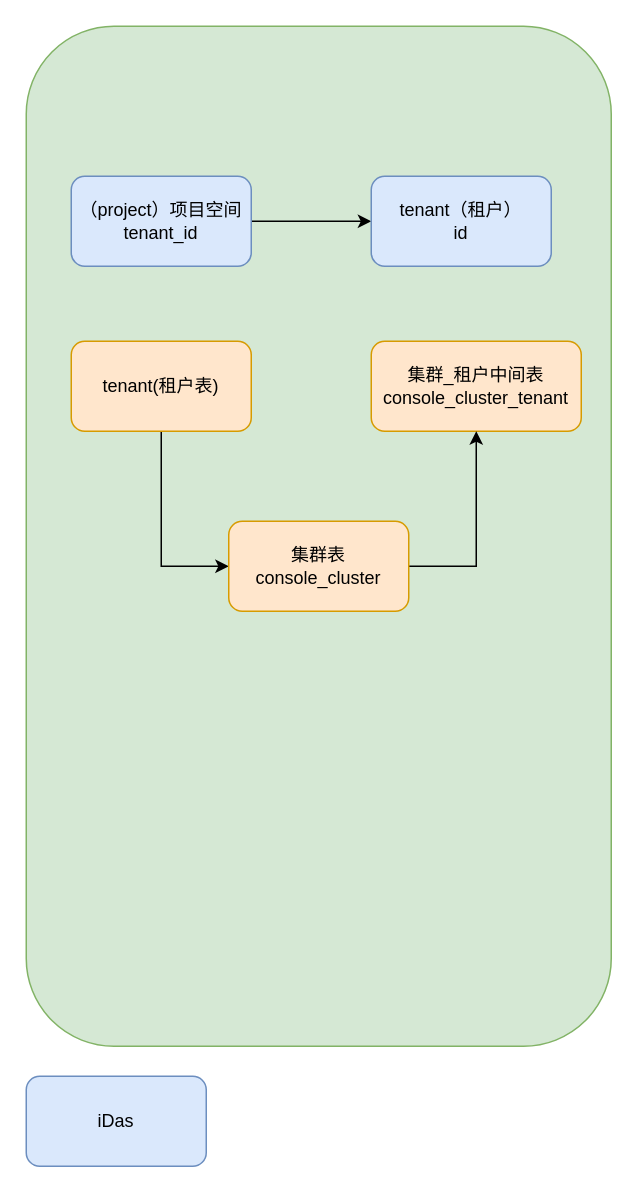
The draw.io diagram 9zdata/iDas/iDas_Taier_DS之间的表映射关系.drawio in kushinae/diagrams, before the edit. Source tidied: cells renumbered, new cells numbered last; positions are measured from the earlier drawing's top-left corner, leaving out a move shared by most shapes. Both pictures are drawn from the tidied source at 150%, with x=0, y=0 at pixel (26, 26).
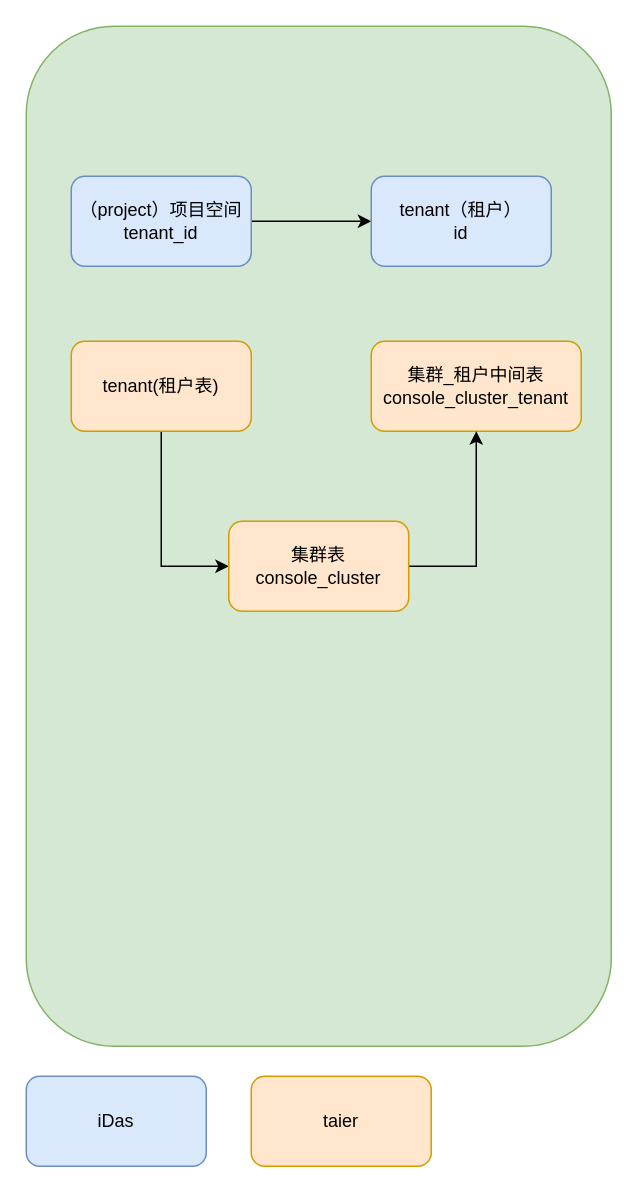
Above is the later version.

Commit message (it also covers changes not shown here):
更新iDas_Taier_DS之间的表映射关系.drawio

Diff of the diagram source:
```diff
@@
 <mxGraphModel>
   <root>
     <mxCell id="0" />
     <mxCell id="1" parent="0" />
     <mxCell id="2" style="rounded=1;whiteSpace=wrap;html=1;fillColor=#d5e8d4;strokeColor=#82b366;" parent="1" vertex="1">
       <mxGeometry width="390" height="680" as="geometry" />
     </mxCell>
     <mxCell id="3" value="iDas" style="rounded=1;whiteSpace=wrap;html=1;fillColor=#dae8fc;strokeColor=#6c8ebf;" parent="1" vertex="1">
       <mxGeometry y="700" width="120" height="60" as="geometry" />
     </mxCell>
     <mxCell id="4" style="edgeStyle=orthogonalEdgeStyle;rounded=0;jettySize=auto;html=1;" parent="1" edge="1" source="5" target="6">
       <mxGeometry relative="1" as="geometry" />
     </mxCell>
     <mxCell id="5" value="（project）项目空间&lt;br&gt;tenant_id" style="rounded=1;whiteSpace=wrap;html=1;fillColor=#dae8fc;strokeColor=#6c8ebf;" parent="1" vertex="1">
       <mxGeometry x="30" y="100" width="120" height="60" as="geometry" />
     </mxCell>
     <mxCell id="6" value="tenant（租户）&lt;br&gt;id" style="whiteSpace=wrap;html=1;fillColor=#dae8fc;strokeColor=#6c8ebf;rounded=1;" parent="1" vertex="1">
       <mxGeometry x="230" y="100" width="120" height="60" as="geometry" />
     </mxCell>
     <mxCell id="7" style="edgeStyle=orthogonalEdgeStyle;rounded=0;jettySize=auto;html=1;entryX=0;entryY=0.5;entryDx=0;entryDy=0;" parent="1" edge="1" source="8" target="11">
       <mxGeometry relative="1" as="geometry" />
     </mxCell>
     <mxCell id="8" value="tenant(租户表)" style="rounded=1;whiteSpace=wrap;html=1;fillColor=#ffe6cc;strokeColor=#d79b00;" parent="1" vertex="1">
       <mxGeometry x="30" y="210" width="120" height="60" as="geometry" />
     </mxCell>
     <mxCell id="9" value="集群_租户中间表&lt;br&gt;console_cluster_tenant" style="whiteSpace=wrap;html=1;fillColor=#ffe6cc;strokeColor=#d79b00;rounded=1;" parent="1" vertex="1">
       <mxGeometry x="230" y="210" width="140" height="60" as="geometry" />
     </mxCell>
     <mxCell id="10" style="edgeStyle=orthogonalEdgeStyle;rounded=0;jettySize=auto;html=1;entryX=0.5;entryY=1;entryDx=0;entryDy=0;exitX=1;exitY=0.5;exitDx=0;exitDy=0;" parent="1" edge="1" source="11" target="9">
       <mxGeometry relative="1" as="geometry" />
     </mxCell>
     <mxCell id="11" value="集群表&lt;br&gt;console_cluster" style="whiteSpace=wrap;html=1;fillColor=#ffe6cc;strokeColor=#d79b00;rounded=1;" parent="1" vertex="1">
       <mxGeometry x="135" y="330" width="120" height="60" as="geometry" />
     </mxCell>
+    <mxCell id="12" value="taier" style="whiteSpace=wrap;html=1;fillColor=#ffe6cc;strokeColor=#d79b00;rounded=1;" parent="1" vertex="1">
+      <mxGeometry x="150" y="700" width="120" height="60" as="geometry" />
+    </mxCell>
   </root>
 </mxGraphModel>
```
